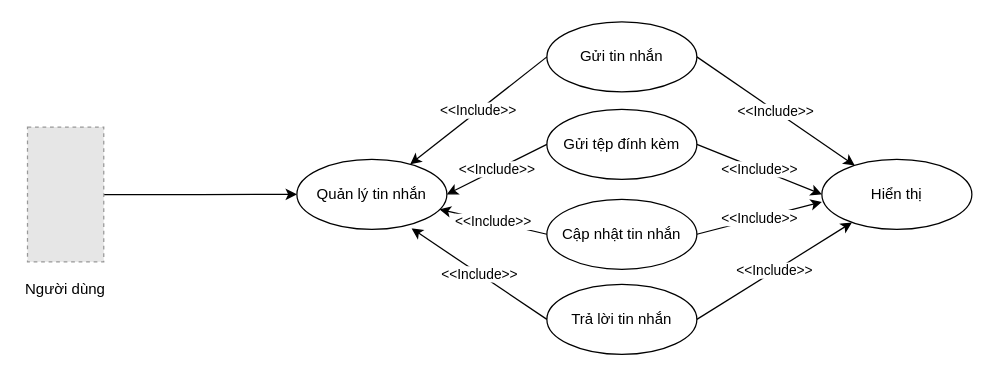
Earlier version of the draw.io diagram phac thao do an cuoi cung/use case phong chat.drawio (frozenproof/dactaphanmem). Source tidied: cells renumbered, new cells numbered last; positions are measured from the earlier drawing's top-left corner, leaving out a move shared by most shapes. Both pictures are drawn from the tidied source at 125%, with x=0, y=0 at pixel (21, 21). Pictures stored in the file or linked from it are replaced by grey dashed boxes.
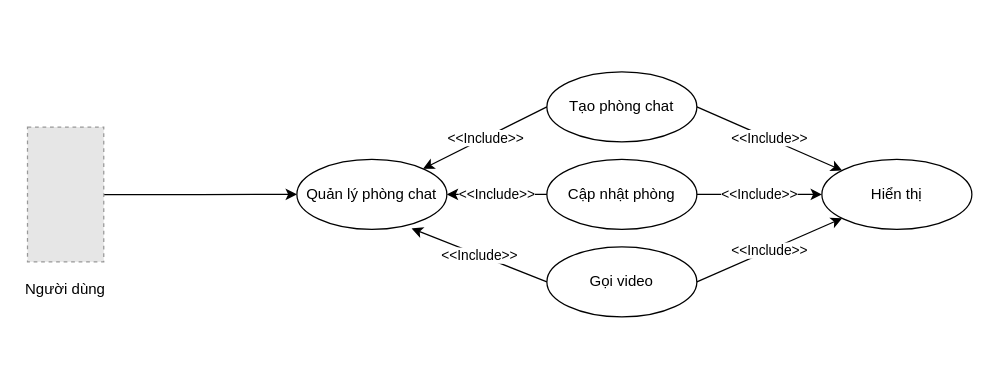
After the change.

Diff of the diagram source:
```diff
@@
 <mxGraphModel>
   <root>
     <mxCell id="0" />
     <mxCell id="1" parent="0" />
     <mxCell id="2" value="Người dùng" style="text;html=1;align=center;verticalAlign=middle;whiteSpace=wrap;rounded=0;" parent="1" vertex="1">
       <mxGeometry y="203.9" width="70" height="20" as="geometry" />
     </mxCell>
     <mxCell id="3" style="edgeStyle=orthogonalEdgeStyle;rounded=0;jettySize=auto;html=1;entryX=0;entryY=0.5;entryDx=0;entryDy=0;" parent="1" edge="1" source="4" target="5">
       <mxGeometry relative="1" as="geometry" />
     </mxCell>
     <mxCell id="4" style="fillColor=#E6E6E6;strokeColor=#999999;dashed=1;verticalLabelPosition=bottom;labelBackgroundColor=default;verticalAlign=top;" parent="1" vertex="1">
       <mxGeometry x="4.5" y="84.1" width="61" height="107.9" as="geometry" />
     </mxCell>
-    <mxCell id="5" value="Quản lý tin nhắn" style="ellipse;whiteSpace=wrap;html=1;" parent="1" vertex="1">
+    <mxCell id="5" value="Quản lý phòng chat" style="ellipse;whiteSpace=wrap;html=1;" parent="1" vertex="1">
       <mxGeometry x="220" y="110" width="120" height="56" as="geometry" />
     </mxCell>
-    <mxCell id="6" value="Gửi tệp đính kèm" style="ellipse;whiteSpace=wrap;html=1;" parent="1" vertex="1">
-      <mxGeometry x="420" y="70" width="120" height="56" as="geometry" />
+    <mxCell id="6" value="Cập nhật phòng" style="ellipse;whiteSpace=wrap;html=1;" parent="1" vertex="1">
+      <mxGeometry x="420" y="110" width="120" height="56" as="geometry" />
     </mxCell>
-    <mxCell id="7" value="Cập nhật tin nhắn" style="ellipse;whiteSpace=wrap;html=1;" parent="1" vertex="1">
-      <mxGeometry x="420" y="141.9" width="120" height="56" as="geometry" />
-    </mxCell>
     <mxCell id="8" value="&amp;lt;&amp;lt;Include&amp;gt;&amp;gt;" style="endArrow=classic;html=1;rounded=0;exitX=0;exitY=0.5;exitDx=0;exitDy=0;entryX=1;entryY=0.5;entryDx=0;entryDy=0;" parent="1" edge="1" source="6" target="5">
       <mxGeometry relative="1" as="geometry" />
     </mxCell>
-    <mxCell id="9" value="&amp;lt;&amp;lt;Include&amp;gt;&amp;gt;" style="endArrow=classic;html=1;rounded=0;exitX=0;exitY=0.5;exitDx=0;exitDy=0;" parent="1" edge="1" source="7" target="5">
-      <mxGeometry relative="1" as="geometry" />
-    </mxCell>
-    <mxCell id="10" value="Gửi tin nhắn" style="ellipse;whiteSpace=wrap;html=1;" parent="1" vertex="1">
-      <mxGeometry x="420" width="120" height="56" as="geometry" />
+    <mxCell id="10" value="Tạo phòng chat" style="ellipse;whiteSpace=wrap;html=1;" parent="1" vertex="1">
+      <mxGeometry x="420" y="40" width="120" height="56" as="geometry" />
     </mxCell>
     <mxCell id="11" value="&amp;lt;&amp;lt;Include&amp;gt;&amp;gt;" style="endArrow=classic;html=1;rounded=0;exitX=0;exitY=0.5;exitDx=0;exitDy=0;" parent="1" edge="1" source="10" target="5">
       <mxGeometry relative="1" as="geometry" />
     </mxCell>
     <mxCell id="12" value="Hiển thị" style="ellipse;whiteSpace=wrap;html=1;" parent="1" vertex="1">
       <mxGeometry x="640" y="110" width="120" height="56" as="geometry" />
     </mxCell>
-    <mxCell id="13" value="Trả lời tin nhắn" style="ellipse;whiteSpace=wrap;html=1;" parent="1" vertex="1">
-      <mxGeometry x="420" y="210" width="120" height="56" as="geometry" />
+    <mxCell id="13" value="Gọi video" style="ellipse;whiteSpace=wrap;html=1;" parent="1" vertex="1">
+      <mxGeometry x="420" y="180" width="120" height="56" as="geometry" />
     </mxCell>
     <mxCell id="14" value="&amp;lt;&amp;lt;Include&amp;gt;&amp;gt;" style="endArrow=classic;html=1;rounded=0;exitX=0;exitY=0.5;exitDx=0;exitDy=0;entryX=0.765;entryY=0.986;entryDx=0;entryDy=0;entryPerimeter=0;" parent="1" edge="1" source="13" target="5">
       <mxGeometry relative="1" as="geometry" />
     </mxCell>
     <mxCell id="15" value="&amp;lt;&amp;lt;Include&amp;gt;&amp;gt;" style="endArrow=classic;html=1;rounded=0;exitX=1;exitY=0.5;exitDx=0;exitDy=0;" parent="1" edge="1" source="10" target="12">
       <mxGeometry relative="1" as="geometry" />
     </mxCell>
     <mxCell id="16" value="&amp;lt;&amp;lt;Include&amp;gt;&amp;gt;" style="endArrow=classic;html=1;rounded=0;exitX=1;exitY=0.5;exitDx=0;exitDy=0;" parent="1" edge="1" source="13" target="12">
       <mxGeometry relative="1" as="geometry" />
     </mxCell>
     <mxCell id="17" value="&amp;lt;&amp;lt;Include&amp;gt;&amp;gt;" style="endArrow=classic;html=1;rounded=0;exitX=1;exitY=0.5;exitDx=0;exitDy=0;entryX=0;entryY=0.5;entryDx=0;entryDy=0;" parent="1" edge="1" source="6" target="12">
       <mxGeometry relative="1" as="geometry" />
     </mxCell>
-    <mxCell id="18" value="&amp;lt;&amp;lt;Include&amp;gt;&amp;gt;" style="endArrow=classic;html=1;rounded=0;exitX=1;exitY=0.5;exitDx=0;exitDy=0;entryX=0;entryY=0.608;entryDx=0;entryDy=0;entryPerimeter=0;" parent="1" edge="1" source="7" target="12">
-      <mxGeometry relative="1" as="geometry" />
-    </mxCell>
   </root>
 </mxGraphModel>
```
